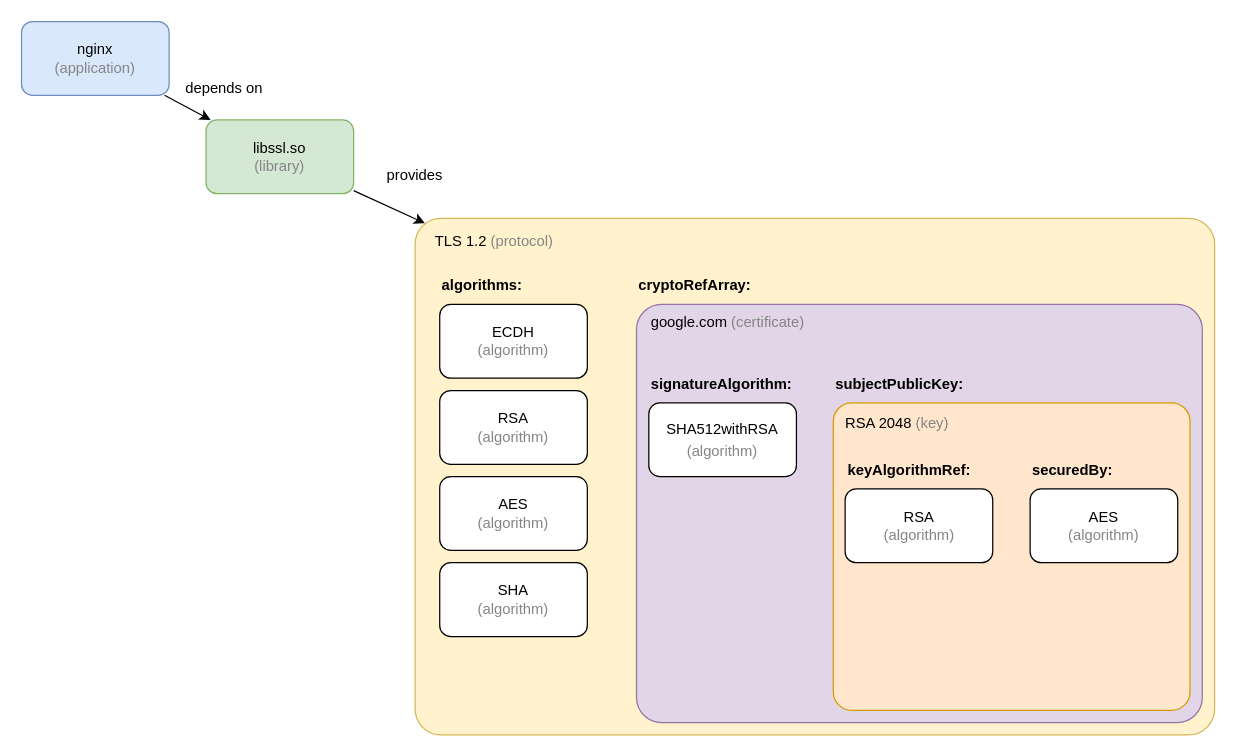
Before: CBOM/en/images/dependencies.drawio in CycloneDX/guides, a draw.io diagram. Source tidied: cells renumbered, new cells numbered last; positions are measured from the earlier drawing's top-left corner, leaving out a move shared by most shapes. Both pictures are drawn from the tidied source at 123%, with x=0, y=0 at pixel (21, 21).
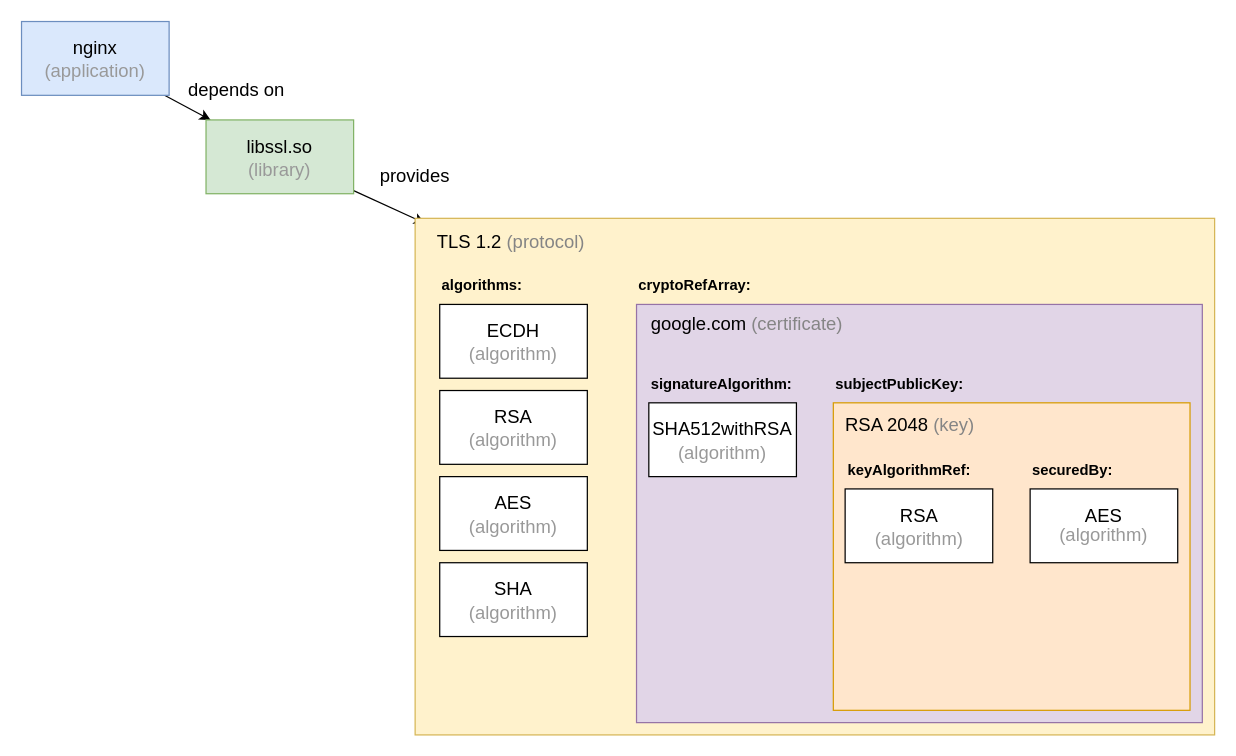
The same page after the edit.

Diff of the diagram source:
```diff
@@
-    <mxCell id="3" value="nginx &lt;br&gt;&lt;font color=&quot;#858585&quot;&gt;(application)&lt;/font&gt;" style="rounded=1;whiteSpace=wrap;html=1;fillColor=#dae8fc;strokeColor=#6c8ebf;" parent="1" vertex="1">
+    <mxCell id="3" style="rounded=0;whiteSpace=wrap;html=1;fillColor=#dae8fc;strokeColor=#6c8ebf;" parent="1" vertex="1">
       <mxGeometry width="120" height="60" as="geometry" />
     </mxCell>
@@
-    <mxCell id="5" value="libssl.so&lt;br&gt;&lt;font color=&quot;#858585&quot;&gt;(library)&lt;/font&gt;" style="rounded=1;whiteSpace=wrap;html=1;fillColor=#d5e8d4;strokeColor=#82b366;" parent="1" vertex="1">
+    <mxCell id="5" style="rounded=0;whiteSpace=wrap;html=1;fillColor=#d5e8d4;strokeColor=#82b366;" parent="1" vertex="1">
       <mxGeometry x="150" y="80" width="120" height="60" as="geometry" />
     </mxCell>
-    <mxCell id="6" style="rounded=1;whiteSpace=wrap;html=1;fillColor=#fff2cc;strokeColor=#d6b656;align=left;verticalAlign=top;arcSize=5;" parent="1" vertex="1">
+    <mxCell id="6" style="rounded=0;whiteSpace=wrap;html=1;fillColor=#fff2cc;strokeColor=#d6b656;align=left;verticalAlign=top;arcSize=5;" parent="1" vertex="1">
       <mxGeometry x="320" y="160" width="650" height="420" as="geometry" />
     </mxCell>
-    <mxCell id="7" value="ECDH&lt;br&gt;&lt;font color=&quot;#858585&quot;&gt;(algorithm)&lt;/font&gt;" style="rounded=1;whiteSpace=wrap;html=1;" parent="1" vertex="1">
+    <mxCell id="7" style="rounded=0;whiteSpace=wrap;html=1;" parent="1" vertex="1">
       <mxGeometry x="340" y="230" width="120" height="60" as="geometry" />
     </mxCell>
-    <mxCell id="8" value="RSA&lt;br&gt;&lt;font color=&quot;#858585&quot;&gt;(algorithm)&lt;/font&gt;" style="rounded=1;whiteSpace=wrap;html=1;" parent="1" vertex="1">
+    <mxCell id="8" style="rounded=0;whiteSpace=wrap;html=1;" parent="1" vertex="1">
       <mxGeometry x="340" y="300" width="120" height="60" as="geometry" />
     </mxCell>
-    <mxCell id="9" value="AES&lt;br&gt;&lt;font color=&quot;#858585&quot;&gt;(algorithm)&lt;/font&gt;" style="rounded=1;whiteSpace=wrap;html=1;" parent="1" vertex="1">
+    <mxCell id="9" style="rounded=0;whiteSpace=wrap;html=1;" parent="1" vertex="1">
       <mxGeometry x="340" y="370" width="120" height="60" as="geometry" />
     </mxCell>
-    <mxCell id="10" value="SHA&lt;br&gt;&lt;font color=&quot;#858585&quot;&gt;(algorithm)&lt;/font&gt;" style="rounded=1;whiteSpace=wrap;html=1;" parent="1" vertex="1">
+    <mxCell id="10" style="rounded=0;whiteSpace=wrap;html=1;" parent="1" vertex="1">
       <mxGeometry x="340" y="440" width="120" height="60" as="geometry" />
     </mxCell>
-    <mxCell id="11" value="&amp;nbsp; TLS 1.2 &lt;font color=&quot;#858585&quot;&gt;(protocol)&lt;/font&gt;" style="text;html=1;strokeColor=none;fillColor=none;align=left;verticalAlign=middle;whiteSpace=wrap;rounded=0;" parent="1" vertex="1">
-      <mxGeometry x="328" y="164" width="122" height="30" as="geometry" />
+    <mxCell id="11" value="&amp;nbsp; TLS 1.2 &lt;font color=&quot;#858585&quot; style=&quot;font-size: 15px;&quot;&gt;(protocol)&lt;/font&gt;" style="text;html=1;strokeColor=none;fillColor=none;align=left;verticalAlign=middle;whiteSpace=wrap;rounded=0;fontSize=15;" parent="1" vertex="1">
+      <mxGeometry x="328" y="164" width="162" height="30" as="geometry" />
     </mxCell>
@@
-    <mxCell id="14" style="rounded=1;whiteSpace=wrap;html=1;fillColor=#e1d5e7;strokeColor=#9673a6;arcSize=6;" parent="1" vertex="1">
+    <mxCell id="14" style="rounded=0;whiteSpace=wrap;html=1;fillColor=#e1d5e7;strokeColor=#9673a6;arcSize=6;" parent="1" vertex="1">
       <mxGeometry x="500" y="230" width="460" height="340" as="geometry" />
     </mxCell>
-    <mxCell id="15" value="google.com &lt;font color=&quot;#858585&quot;&gt;(certificate)&lt;/font&gt;" style="text;html=1;strokeColor=none;fillColor=none;align=left;verticalAlign=middle;whiteSpace=wrap;rounded=0;" parent="1" vertex="1">
-      <mxGeometry x="510" y="230" width="150" height="30" as="geometry" />
+    <mxCell id="15" value="google.com &lt;font color=&quot;#858585&quot; style=&quot;font-size: 15px;&quot;&gt;(certificate)&lt;/font&gt;" style="text;html=1;strokeColor=none;fillColor=none;align=left;verticalAlign=middle;whiteSpace=wrap;rounded=0;fontSize=15;" parent="1" vertex="1">
+      <mxGeometry x="510" y="230" width="230" height="30" as="geometry" />
     </mxCell>
-    <mxCell id="16" value="&lt;div style=&quot;line-height: 18px;&quot;&gt;SHA512withRSA&lt;/div&gt;&lt;div style=&quot;line-height: 18px;&quot;&gt;&lt;font color=&quot;#858585&quot;&gt;(algorithm)&lt;/font&gt;&lt;br&gt;&lt;/div&gt;" style="rounded=1;whiteSpace=wrap;html=1;" parent="1" vertex="1">
+    <mxCell id="16" value="&lt;div style=&quot;line-height: 18px;&quot;&gt;&lt;br&gt;&lt;/div&gt;" style="rounded=0;whiteSpace=wrap;html=1;" parent="1" vertex="1">
       <mxGeometry x="510" y="310" width="120" height="60" as="geometry" />
     </mxCell>
@@
-    <mxCell id="19" value="&lt;div style=&quot;line-height: 18px;&quot;&gt;&lt;br&gt;&lt;/div&gt;" style="rounded=1;whiteSpace=wrap;html=1;fillColor=#ffe6cc;strokeColor=#d79b00;arcSize=6;" parent="1" vertex="1">
+    <mxCell id="19" value="&lt;div style=&quot;line-height: 18px;&quot;&gt;&lt;br&gt;&lt;/div&gt;" style="rounded=0;whiteSpace=wrap;html=1;fillColor=#ffe6cc;strokeColor=#d79b00;arcSize=6;" parent="1" vertex="1">
       <mxGeometry x="660" y="310" width="290" height="250" as="geometry" />
     </mxCell>
-    <mxCell id="20" value="RSA 2048 &lt;font color=&quot;#858585&quot;&gt;(key)&lt;/font&gt;" style="text;html=1;strokeColor=none;fillColor=none;align=left;verticalAlign=middle;whiteSpace=wrap;rounded=0;" parent="1" vertex="1">
-      <mxGeometry x="668.2" y="310" width="163.2" height="34.1" as="geometry" />
+    <mxCell id="20" value="RSA 2048 &lt;font color=&quot;#858585&quot; style=&quot;font-size: 15px;&quot;&gt;(key)&lt;/font&gt;" style="text;html=1;strokeColor=none;fillColor=none;align=left;verticalAlign=middle;whiteSpace=wrap;rounded=0;fontSize=15;" parent="1" vertex="1">
+      <mxGeometry x="668.2" y="310" width="171.8" height="34.1" as="geometry" />
     </mxCell>
@@
-    <mxCell id="22" value="RSA&lt;br&gt;&lt;font color=&quot;#858585&quot;&gt;(algorithm)&lt;/font&gt;" style="rounded=1;whiteSpace=wrap;html=1;" parent="1" vertex="1">
+    <mxCell id="22" style="rounded=0;whiteSpace=wrap;html=1;" parent="1" vertex="1">
       <mxGeometry x="669.6" y="380" width="120" height="60" as="geometry" />
     </mxCell>
@@
-    <mxCell id="24" value="AES&lt;br&gt;&lt;font color=&quot;#858585&quot;&gt;(algorithm)&lt;/font&gt;" style="rounded=1;whiteSpace=wrap;html=1;" parent="1" vertex="1">
+    <mxCell id="24" style="rounded=0;whiteSpace=wrap;html=1;" parent="1" vertex="1">
       <mxGeometry x="820" y="380" width="120" height="60" as="geometry" />
     </mxCell>
-    <mxCell id="25" value="depends on" style="text;html=1;strokeColor=none;fillColor=none;align=center;verticalAlign=middle;whiteSpace=wrap;rounded=0;" parent="1" vertex="1">
-      <mxGeometry x="120" y="40" width="90" height="30" as="geometry" />
+    <mxCell id="25" value="depends on" style="text;html=1;strokeColor=none;fillColor=none;align=center;verticalAlign=middle;whiteSpace=wrap;rounded=0;fontSize=15;" parent="1" vertex="1">
+      <mxGeometry x="130" y="40" width="90" height="30" as="geometry" />
     </mxCell>
-    <mxCell id="26" value="provides" style="text;html=1;strokeColor=none;fillColor=none;align=center;verticalAlign=middle;whiteSpace=wrap;rounded=0;" parent="1" vertex="1">
+    <mxCell id="26" value="provides" style="text;html=1;strokeColor=none;fillColor=none;align=center;verticalAlign=middle;whiteSpace=wrap;rounded=0;fontSize=15;" parent="1" vertex="1">
       <mxGeometry x="290" y="110" width="60" height="30" as="geometry" />
     </mxCell>
+    <mxCell id="27" style="edgeStyle=orthogonalEdgeStyle;rounded=0;orthogonalLoop=1;jettySize=auto;html=1;exitX=0.5;exitY=1;exitDx=0;exitDy=0;" parent="1" edge="1">
+      <mxGeometry relative="1" as="geometry">
+        <mxPoint x="60" y="49.5" as="sourcePoint" />
+        <mxPoint x="60" y="49.5" as="targetPoint" />
+      </mxGeometry>
+    </mxCell>
+    <mxCell id="28" value="&lt;font style=&quot;font-size: 15px;&quot;&gt;nginx&lt;/font&gt;" style="text;html=1;strokeColor=none;fillColor=none;align=center;verticalAlign=middle;whiteSpace=wrap;rounded=0;" parent="1" vertex="1">
+      <mxGeometry y="5.5" width="120" height="30" as="geometry" />
+    </mxCell>
+    <mxCell id="29" value="&lt;font style=&quot;font-size: 15px;&quot; color=&quot;#999999&quot;&gt;(application)&lt;/font&gt;" style="text;html=1;strokeColor=none;fillColor=none;align=center;verticalAlign=middle;whiteSpace=wrap;rounded=0;" parent="1" vertex="1">
+      <mxGeometry y="24.5" width="120" height="30" as="geometry" />
+    </mxCell>
+    <mxCell id="30" style="edgeStyle=orthogonalEdgeStyle;rounded=0;orthogonalLoop=1;jettySize=auto;html=1;exitX=0.5;exitY=1;exitDx=0;exitDy=0;" parent="1" edge="1">
+      <mxGeometry relative="1" as="geometry">
+        <mxPoint x="210" y="129.5" as="sourcePoint" />
+        <mxPoint x="210" y="129.5" as="targetPoint" />
+      </mxGeometry>
+    </mxCell>
+    <mxCell id="31" value="&lt;font style=&quot;font-size: 15px;&quot;&gt;libssl.so&lt;/font&gt;" style="text;html=1;strokeColor=none;fillColor=none;align=center;verticalAlign=middle;whiteSpace=wrap;rounded=0;" parent="1" vertex="1">
+      <mxGeometry x="150" y="85.5" width="120" height="30" as="geometry" />
+    </mxCell>
+    <mxCell id="32" value="&lt;font style=&quot;font-size: 15px;&quot; color=&quot;#999999&quot;&gt;(library)&lt;/font&gt;" style="text;html=1;strokeColor=none;fillColor=none;align=center;verticalAlign=middle;whiteSpace=wrap;rounded=0;" parent="1" vertex="1">
+      <mxGeometry x="150" y="104.5" width="120" height="30" as="geometry" />
+    </mxCell>
+    <mxCell id="33" style="edgeStyle=orthogonalEdgeStyle;rounded=0;orthogonalLoop=1;jettySize=auto;html=1;exitX=0.5;exitY=1;exitDx=0;exitDy=0;" parent="1" edge="1">
+      <mxGeometry relative="1" as="geometry">
+        <mxPoint x="400" y="279.5" as="sourcePoint" />
+        <mxPoint x="400" y="279.5" as="targetPoint" />
+      </mxGeometry>
+    </mxCell>
+    <mxCell id="34" value="&lt;font style=&quot;font-size: 15px;&quot;&gt;ECDH&lt;/font&gt;" style="text;html=1;strokeColor=none;fillColor=none;align=center;verticalAlign=middle;whiteSpace=wrap;rounded=0;" parent="1" vertex="1">
+      <mxGeometry x="340" y="235.5" width="120" height="30" as="geometry" />
+    </mxCell>
+    <mxCell id="35" value="&lt;font style=&quot;font-size: 15px;&quot; color=&quot;#999999&quot;&gt;(algorithm)&lt;/font&gt;" style="text;html=1;strokeColor=none;fillColor=none;align=center;verticalAlign=middle;whiteSpace=wrap;rounded=0;" parent="1" vertex="1">
+      <mxGeometry x="340" y="254.5" width="120" height="30" as="geometry" />
+    </mxCell>
+    <mxCell id="36" style="edgeStyle=orthogonalEdgeStyle;rounded=0;orthogonalLoop=1;jettySize=auto;html=1;exitX=0.5;exitY=1;exitDx=0;exitDy=0;" parent="1" edge="1">
+      <mxGeometry relative="1" as="geometry">
+        <mxPoint x="400" y="349.5" as="sourcePoint" />
+        <mxPoint x="400" y="349.5" as="targetPoint" />
+      </mxGeometry>
+    </mxCell>
+    <mxCell id="37" value="&lt;font style=&quot;font-size: 15px;&quot;&gt;RSA&lt;/font&gt;" style="text;html=1;strokeColor=none;fillColor=none;align=center;verticalAlign=middle;whiteSpace=wrap;rounded=0;" parent="1" vertex="1">
+      <mxGeometry x="340" y="305.5" width="120" height="30" as="geometry" />
+    </mxCell>
+    <mxCell id="38" value="&lt;font style=&quot;font-size: 15px;&quot; color=&quot;#999999&quot;&gt;(algorithm)&lt;/font&gt;" style="text;html=1;strokeColor=none;fillColor=none;align=center;verticalAlign=middle;whiteSpace=wrap;rounded=0;" parent="1" vertex="1">
+      <mxGeometry x="340" y="324.5" width="120" height="30" as="geometry" />
+    </mxCell>
+    <mxCell id="39" style="edgeStyle=orthogonalEdgeStyle;rounded=0;orthogonalLoop=1;jettySize=auto;html=1;exitX=0.5;exitY=1;exitDx=0;exitDy=0;" parent="1" edge="1">
+      <mxGeometry relative="1" as="geometry">
+        <mxPoint x="400" y="419.5" as="sourcePoint" />
+        <mxPoint x="400" y="419.5" as="targetPoint" />
+      </mxGeometry>
+    </mxCell>
+    <mxCell id="40" value="&lt;font style=&quot;font-size: 15px;&quot;&gt;AES&lt;/font&gt;" style="text;html=1;strokeColor=none;fillColor=none;align=center;verticalAlign=middle;whiteSpace=wrap;rounded=0;" parent="1" vertex="1">
+      <mxGeometry x="340" y="375.5" width="120" height="30" as="geometry" />
+    </mxCell>
+    <mxCell id="41" value="&lt;font style=&quot;font-size: 15px;&quot; color=&quot;#999999&quot;&gt;(algorithm)&lt;/font&gt;" style="text;html=1;strokeColor=none;fillColor=none;align=center;verticalAlign=middle;whiteSpace=wrap;rounded=0;" parent="1" vertex="1">
+      <mxGeometry x="340" y="394.5" width="120" height="30" as="geometry" />
+    </mxCell>
+    <mxCell id="42" style="edgeStyle=orthogonalEdgeStyle;rounded=0;orthogonalLoop=1;jettySize=auto;html=1;exitX=0.5;exitY=1;exitDx=0;exitDy=0;" parent="1" edge="1">
+      <mxGeometry relative="1" as="geometry">
+        <mxPoint x="400" y="489.5" as="sourcePoint" />
+        <mxPoint x="400" y="489.5" as="targetPoint" />
+      </mxGeometry>
+    </mxCell>
+    <mxCell id="43" value="&lt;font style=&quot;font-size: 15px;&quot;&gt;SHA&lt;/font&gt;" style="text;html=1;strokeColor=none;fillColor=none;align=center;verticalAlign=middle;whiteSpace=wrap;rounded=0;" parent="1" vertex="1">
+      <mxGeometry x="340" y="445.5" width="120" height="30" as="geometry" />
+    </mxCell>
+    <mxCell id="44" value="&lt;font style=&quot;font-size: 15px;&quot; color=&quot;#999999&quot;&gt;(algorithm)&lt;/font&gt;" style="text;html=1;strokeColor=none;fillColor=none;align=center;verticalAlign=middle;whiteSpace=wrap;rounded=0;" parent="1" vertex="1">
+      <mxGeometry x="340" y="464.5" width="120" height="30" as="geometry" />
+    </mxCell>
+    <mxCell id="45" style="edgeStyle=orthogonalEdgeStyle;rounded=0;orthogonalLoop=1;jettySize=auto;html=1;exitX=0.5;exitY=1;exitDx=0;exitDy=0;" parent="1" edge="1">
+      <mxGeometry relative="1" as="geometry">
+        <mxPoint x="570" y="359.5" as="sourcePoint" />
+        <mxPoint x="570" y="359.5" as="targetPoint" />
+      </mxGeometry>
+    </mxCell>
+    <mxCell id="46" value="&lt;font style=&quot;font-size: 15px;&quot;&gt;SHA512withRSA&lt;/font&gt;" style="text;html=1;strokeColor=none;fillColor=none;align=center;verticalAlign=middle;whiteSpace=wrap;rounded=0;" parent="1" vertex="1">
+      <mxGeometry x="510" y="315.5" width="120" height="30" as="geometry" />
+    </mxCell>
+    <mxCell id="47" value="&lt;font style=&quot;font-size: 15px;&quot; color=&quot;#999999&quot;&gt;(algorithm)&lt;/font&gt;" style="text;html=1;strokeColor=none;fillColor=none;align=center;verticalAlign=middle;whiteSpace=wrap;rounded=0;" parent="1" vertex="1">
+      <mxGeometry x="510" y="334.5" width="120" height="30" as="geometry" />
+    </mxCell>
+    <mxCell id="48" style="edgeStyle=orthogonalEdgeStyle;rounded=0;orthogonalLoop=1;jettySize=auto;html=1;exitX=0.5;exitY=1;exitDx=0;exitDy=0;" parent="1" edge="1">
+      <mxGeometry relative="1" as="geometry">
+        <mxPoint x="730" y="429.5" as="sourcePoint" />
+        <mxPoint x="730" y="429.5" as="targetPoint" />
+      </mxGeometry>
+    </mxCell>
+    <mxCell id="49" value="&lt;font style=&quot;font-size: 15px;&quot;&gt;RSA&lt;/font&gt;" style="text;html=1;strokeColor=none;fillColor=none;align=center;verticalAlign=middle;whiteSpace=wrap;rounded=0;" parent="1" vertex="1">
+      <mxGeometry x="670" y="385.5" width="120" height="30" as="geometry" />
+    </mxCell>
+    <mxCell id="50" value="&lt;font style=&quot;font-size: 15px;&quot; color=&quot;#999999&quot;&gt;(algorithm)&lt;/font&gt;" style="text;html=1;strokeColor=none;fillColor=none;align=center;verticalAlign=middle;whiteSpace=wrap;rounded=0;" parent="1" vertex="1">
+      <mxGeometry x="670" y="404.5" width="120" height="30" as="geometry" />
+    </mxCell>
+    <mxCell id="51" style="edgeStyle=orthogonalEdgeStyle;rounded=0;orthogonalLoop=1;jettySize=auto;html=1;exitX=0.5;exitY=1;exitDx=0;exitDy=0;" parent="1" edge="1">
+      <mxGeometry relative="1" as="geometry">
+        <mxPoint x="880" y="429.5" as="sourcePoint" />
+        <mxPoint x="880" y="429.5" as="targetPoint" />
+      </mxGeometry>
+    </mxCell>
+    <mxCell id="52" value="&lt;font style=&quot;font-size: 15px;&quot;&gt;AES&lt;/font&gt;" style="text;html=1;strokeColor=none;fillColor=none;align=center;verticalAlign=middle;whiteSpace=wrap;rounded=0;" parent="1" vertex="1">
+      <mxGeometry x="820" y="385.5" width="120" height="30" as="geometry" />
+    </mxCell>
+    <mxCell id="53" value="&lt;font style=&quot;font-size: 15px;&quot; color=&quot;#999999&quot;&gt;(algorithm)&lt;/font&gt;" style="text;html=1;strokeColor=none;fillColor=none;align=center;verticalAlign=middle;whiteSpace=wrap;rounded=0;" parent="1" vertex="1">
+      <mxGeometry x="820" y="400" width="120" height="34.5" as="geometry" />
+    </mxCell>
```
